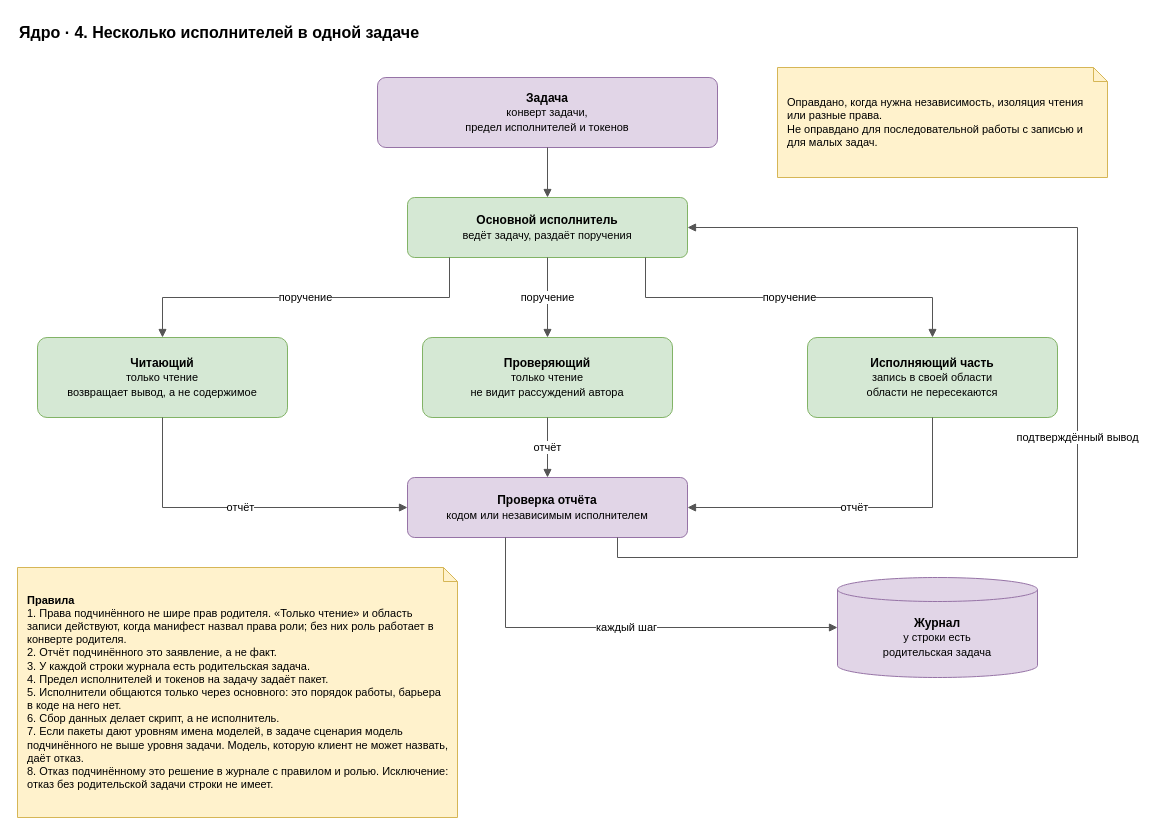
Before: page "4. Несколько исполнителей" (4 of 7) of docs/spec/harness-core.drawio in roygkov/reins, a draw.io diagram. Source tidied: cells renumbered, new cells numbered last; positions are measured from the earlier drawing's top-left corner, leaving out a move shared by most shapes. Both pictures are drawn from the tidied source at 100%, with x=0, y=0 at pixel (17, 17).
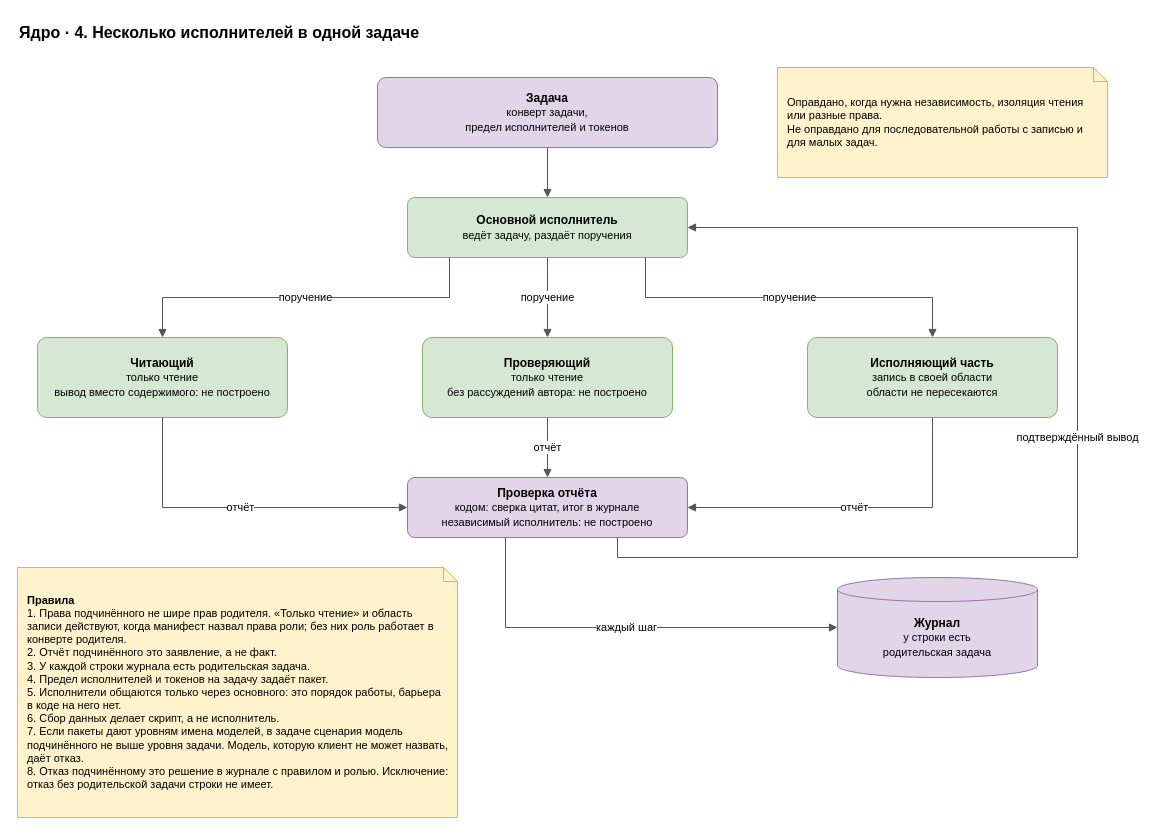
The same page after the edit.

The edit, as a diff of the source:
```diff
@@
-    <mxCell id="5" value="&lt;b&gt;Читающий&lt;/b&gt;&lt;br&gt;&lt;font style=&quot;font-size:11px&quot;&gt;только чтение&lt;br&gt;возвращает вывод, а не содержимое&lt;/font&gt;" style="rounded=1;whiteSpace=wrap;html=1;fillColor=#d5e8d4;strokeColor=#82b366;arcSize=12;" parent="1" vertex="1">
+    <mxCell id="5" value="&lt;b&gt;Читающий&lt;/b&gt;&lt;br&gt;&lt;font style=&quot;font-size:11px&quot;&gt;только чтение&lt;br&gt;вывод вместо содержимого: не построено&lt;/font&gt;" style="rounded=1;whiteSpace=wrap;html=1;fillColor=#d5e8d4;strokeColor=#82b366;arcSize=12;" parent="1" vertex="1">
       <mxGeometry x="20" y="320" width="250" height="80" as="geometry" />
     </mxCell>
-    <mxCell id="6" value="&lt;b&gt;Проверяющий&lt;/b&gt;&lt;br&gt;&lt;font style=&quot;font-size:11px&quot;&gt;только чтение&lt;br&gt;не видит рассуждений автора&lt;/font&gt;" style="rounded=1;whiteSpace=wrap;html=1;fillColor=#d5e8d4;strokeColor=#82b366;arcSize=12;" parent="1" vertex="1">
+    <mxCell id="6" value="&lt;b&gt;Проверяющий&lt;/b&gt;&lt;br&gt;&lt;font style=&quot;font-size:11px&quot;&gt;только чтение&lt;br&gt;без рассуждений автора: не построено&lt;/font&gt;" style="rounded=1;whiteSpace=wrap;html=1;fillColor=#d5e8d4;strokeColor=#82b366;arcSize=12;" parent="1" vertex="1">
       <mxGeometry x="405" y="320" width="250" height="80" as="geometry" />
     </mxCell>
@@
-    <mxCell id="8" value="&lt;b&gt;Проверка отчёта&lt;/b&gt;&lt;br&gt;&lt;font style=&quot;font-size:11px&quot;&gt;кодом или независимым исполнителем&lt;/font&gt;" style="rounded=1;whiteSpace=wrap;html=1;fillColor=#e1d5e7;strokeColor=#9673a6;arcSize=12;" parent="1" vertex="1">
+    <mxCell id="8" value="&lt;b&gt;Проверка отчёта&lt;/b&gt;&lt;br&gt;&lt;font style=&quot;font-size:11px&quot;&gt;кодом: сверка цитат, итог в журнале&lt;br&gt;независимый исполнитель: не построено&lt;/font&gt;" style="rounded=1;whiteSpace=wrap;html=1;fillColor=#e1d5e7;strokeColor=#9673a6;arcSize=12;" parent="1" vertex="1">
       <mxGeometry x="390" y="460" width="280" height="60" as="geometry" />
     </mxCell>
```
